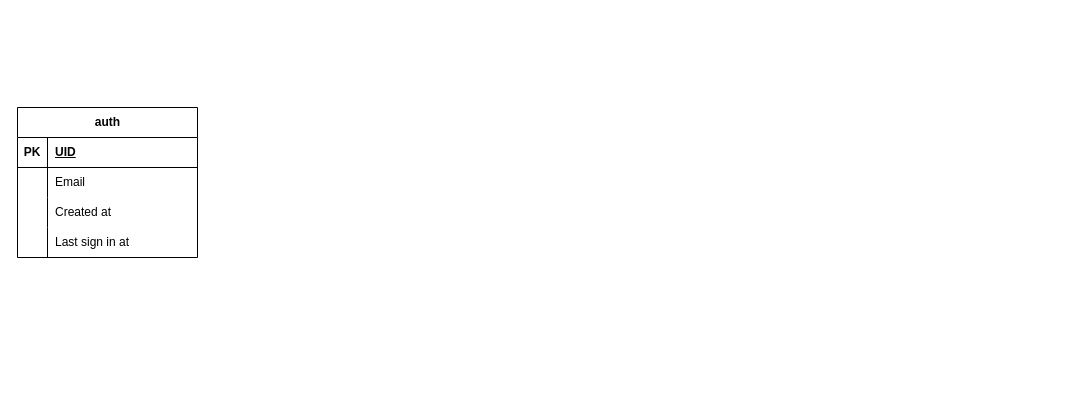
Earlier version of the draw.io diagram sopha.drawio (FumiyaOtokozawa/sopha). Source tidied: cells renumbered, new cells numbered last; positions are measured from the earlier drawing's top-left corner, leaving out a move shared by most shapes. Both pictures are drawn from the tidied source at 100%, with x=0, y=0 at pixel (17, 107).
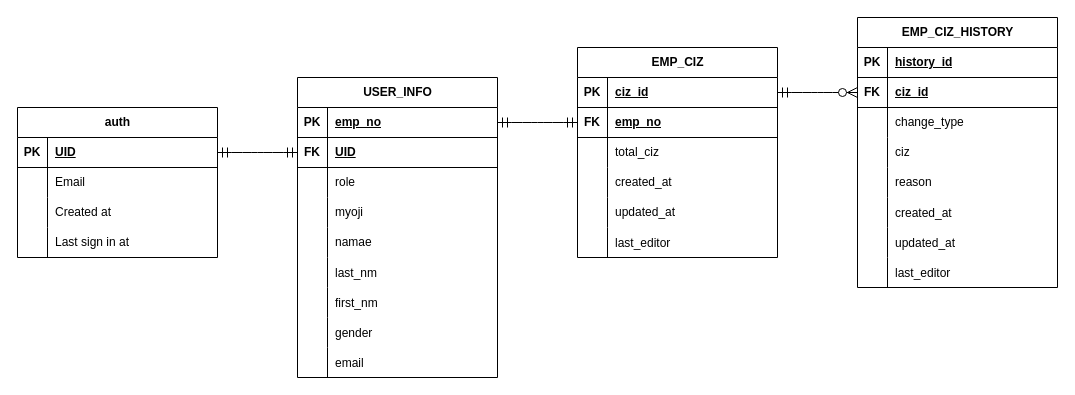
The same page after the edit.

Commit message:
sopha.drawio を更新します

The edit, as a diff of the source:
```diff
@@
     <mxCell id="2" value="auth" style="shape=table;startSize=30;childLayout=tableLayout;rowLines=0;fontStyle=1;align=center;html=1;" parent="1" vertex="1">
-      <mxGeometry width="180" height="150" as="geometry" />
+      <mxGeometry width="200" height="150" as="geometry" />
     </mxCell>
     <mxCell id="3" style="shape=tableRow;horizontal=0;startSize=0;swimlaneHead=0;swimlaneBody=0;fillColor=none;points=[[0,0.5],[1,0.5]];portConstraint=eastwest;top=0;left=0;right=0;bottom=1;" parent="2" vertex="1">
-      <mxGeometry y="30" width="180" height="30" as="geometry" />
+      <mxGeometry y="30" width="200" height="30" as="geometry" />
     </mxCell>
@@
     <mxCell id="5" value="UID" style="shape=partialRectangle;fillColor=none;top=0;left=0;bottom=0;right=0;align=left;spacingLeft=6;fontStyle=5;overflow=hidden;whiteSpace=wrap;html=1;" parent="3" vertex="1">
-      <mxGeometry x="30" width="150" height="30" as="geometry" />
+      <mxGeometry x="30" width="170" height="30" as="geometry" />
     </mxCell>
     <mxCell id="6" style="shape=tableRow;horizontal=0;startSize=0;swimlaneHead=0;swimlaneBody=0;fillColor=none;top=0;left=0;right=0;bottom=0;" parent="2" vertex="1">
-      <mxGeometry y="60" width="180" height="30" as="geometry" />
+      <mxGeometry y="60" width="200" height="30" as="geometry" />
     </mxCell>
@@
     <mxCell id="8" value="Email" style="shape=partialRectangle;fillColor=none;top=0;left=0;bottom=0;right=0;align=left;spacingLeft=6;overflow=hidden;whiteSpace=wrap;html=1;" parent="6" vertex="1">
-      <mxGeometry x="30" width="150" height="30" as="geometry" />
+      <mxGeometry x="30" width="170" height="30" as="geometry" />
     </mxCell>
     <mxCell id="9" style="shape=tableRow;horizontal=0;startSize=0;swimlaneHead=0;swimlaneBody=0;fillColor=none;top=0;left=0;right=0;bottom=0;" parent="2" vertex="1">
-      <mxGeometry y="90" width="180" height="30" as="geometry" />
+      <mxGeometry y="90" width="200" height="30" as="geometry" />
     </mxCell>
@@
     <mxCell id="11" value="Created at" style="shape=partialRectangle;fillColor=none;top=0;left=0;bottom=0;right=0;align=left;spacingLeft=6;overflow=hidden;whiteSpace=wrap;html=1;" parent="9" vertex="1">
-      <mxGeometry x="30" width="150" height="30" as="geometry" />
+      <mxGeometry x="30" width="170" height="30" as="geometry" />
     </mxCell>
     <mxCell id="12" style="shape=tableRow;horizontal=0;startSize=0;swimlaneHead=0;swimlaneBody=0;fillColor=none;top=0;left=0;right=0;bottom=0;" parent="2" vertex="1">
-      <mxGeometry y="120" width="180" height="30" as="geometry" />
+      <mxGeometry y="120" width="200" height="30" as="geometry" />
     </mxCell>
@@
     <mxCell id="14" value="Last sign in at" style="shape=partialRectangle;fillColor=none;top=0;left=0;bottom=0;right=0;align=left;spacingLeft=6;overflow=hidden;whiteSpace=wrap;html=1;" parent="12" vertex="1">
-      <mxGeometry x="30" width="150" height="30" as="geometry" />
+      <mxGeometry x="30" width="170" height="30" as="geometry" />
     </mxCell>
+    <mxCell id="15" style="edgeStyle=entityRelationEdgeStyle;fontSize=12;html=1;endArrow=ERmandOne;startArrow=ERmandOne;rounded=0;startSize=8;endSize=8;curved=1;exitX=1;exitY=0.5;exitDx=0;exitDy=0;entryX=0;entryY=0.5;entryDx=0;entryDy=0;" parent="1" edge="1" source="3" target="20">
+      <mxGeometry relative="1" as="geometry">
+        <Array as="points">
+          <mxPoint x="280" y="60" />
+          <mxPoint x="260" y="30" />
+          <mxPoint x="280" y="20" />
+          <mxPoint x="200" y="70" />
+        </Array>
+      </mxGeometry>
+    </mxCell>
+    <mxCell id="16" value="USER_INFO" style="shape=table;startSize=30;childLayout=tableLayout;rowLines=0;fontStyle=1;align=center;html=1;" parent="1" vertex="1">
+      <mxGeometry x="280" y="-30" width="200" height="300" as="geometry" />
+    </mxCell>
+    <mxCell id="17" style="shape=tableRow;horizontal=0;startSize=0;swimlaneHead=0;swimlaneBody=0;fillColor=none;points=[[0,0.5],[1,0.5]];portConstraint=eastwest;top=0;left=0;right=0;bottom=1;" parent="16" vertex="1">
+      <mxGeometry y="30" width="200" height="30" as="geometry" />
+    </mxCell>
+    <mxCell id="18" value="PK" style="shape=partialRectangle;fillColor=none;top=0;left=0;bottom=0;right=0;fontStyle=1;overflow=hidden;whiteSpace=wrap;html=1;" parent="17" vertex="1">
+      <mxGeometry width="30" height="30" as="geometry" />
+    </mxCell>
+    <mxCell id="19" value="emp_no" style="shape=partialRectangle;fillColor=none;top=0;left=0;bottom=0;right=0;align=left;spacingLeft=6;fontStyle=5;overflow=hidden;whiteSpace=wrap;html=1;" parent="17" vertex="1">
+      <mxGeometry x="30" width="170" height="30" as="geometry" />
+    </mxCell>
+    <mxCell id="20" style="shape=tableRow;horizontal=0;startSize=0;swimlaneHead=0;swimlaneBody=0;fillColor=none;points=[[0,0.5],[1,0.5]];portConstraint=eastwest;top=0;left=0;right=0;bottom=1;" parent="16" vertex="1">
+      <mxGeometry y="60" width="200" height="30" as="geometry" />
+    </mxCell>
+    <mxCell id="21" value="FK" style="shape=partialRectangle;fillColor=none;top=0;left=0;bottom=0;right=0;fontStyle=1;overflow=hidden;whiteSpace=wrap;html=1;" parent="20" vertex="1">
+      <mxGeometry width="30" height="30" as="geometry" />
+    </mxCell>
+    <mxCell id="22" value="UID" style="shape=partialRectangle;fillColor=none;top=0;left=0;bottom=0;right=0;align=left;spacingLeft=6;fontStyle=5;overflow=hidden;whiteSpace=wrap;html=1;" parent="20" vertex="1">
+      <mxGeometry x="30" width="170" height="30" as="geometry" />
+    </mxCell>
+    <mxCell id="23" style="shape=tableRow;horizontal=0;startSize=0;swimlaneHead=0;swimlaneBody=0;fillColor=none;top=0;left=0;right=0;bottom=0;" parent="16" vertex="1">
+      <mxGeometry y="90" width="200" height="30" as="geometry" />
+    </mxCell>
+    <mxCell id="24" style="shape=partialRectangle;fillColor=none;top=0;left=0;bottom=0;right=0;overflow=hidden;whiteSpace=wrap;html=1;" parent="23" vertex="1">
+      <mxGeometry width="30" height="30" as="geometry" />
+    </mxCell>
+    <mxCell id="25" value="role" style="shape=partialRectangle;fillColor=none;top=0;left=0;bottom=0;right=0;align=left;spacingLeft=6;overflow=hidden;whiteSpace=wrap;html=1;" parent="23" vertex="1">
+      <mxGeometry x="30" width="170" height="30" as="geometry" />
+    </mxCell>
+    <mxCell id="26" style="shape=tableRow;horizontal=0;startSize=0;swimlaneHead=0;swimlaneBody=0;fillColor=none;top=0;left=0;right=0;bottom=0;" parent="16" vertex="1">
+      <mxGeometry y="120" width="200" height="30" as="geometry" />
+    </mxCell>
+    <mxCell id="27" style="shape=partialRectangle;fillColor=none;top=0;left=0;bottom=0;right=0;overflow=hidden;whiteSpace=wrap;html=1;" parent="26" vertex="1">
+      <mxGeometry width="30" height="30" as="geometry" />
+    </mxCell>
+    <mxCell id="28" value="myoji" style="shape=partialRectangle;fillColor=none;top=0;left=0;bottom=0;right=0;align=left;spacingLeft=6;overflow=hidden;whiteSpace=wrap;html=1;" parent="26" vertex="1">
+      <mxGeometry x="30" width="170" height="30" as="geometry" />
+    </mxCell>
+    <mxCell id="29" style="shape=tableRow;horizontal=0;startSize=0;swimlaneHead=0;swimlaneBody=0;fillColor=none;top=0;left=0;right=0;bottom=0;" parent="16" vertex="1">
+      <mxGeometry y="150" width="200" height="30" as="geometry" />
+    </mxCell>
+    <mxCell id="30" style="shape=partialRectangle;fillColor=none;top=0;left=0;bottom=0;right=0;overflow=hidden;whiteSpace=wrap;html=1;" parent="29" vertex="1">
+      <mxGeometry width="30" height="30" as="geometry" />
+    </mxCell>
+    <mxCell id="31" value="namae" style="shape=partialRectangle;fillColor=none;top=0;left=0;bottom=0;right=0;align=left;spacingLeft=6;overflow=hidden;whiteSpace=wrap;html=1;" parent="29" vertex="1">
+      <mxGeometry x="30" width="170" height="30" as="geometry" />
+    </mxCell>
+    <mxCell id="32" style="shape=tableRow;horizontal=0;startSize=0;swimlaneHead=0;swimlaneBody=0;fillColor=none;top=0;left=0;right=0;bottom=0;" parent="16" vertex="1">
+      <mxGeometry y="180" width="200" height="30" as="geometry" />
+    </mxCell>
+    <mxCell id="33" style="shape=partialRectangle;fillColor=none;top=0;left=0;bottom=0;right=0;overflow=hidden;" parent="32" vertex="1">
+      <mxGeometry width="30" height="30" as="geometry" />
+    </mxCell>
+    <mxCell id="34" value="last_nm" style="shape=partialRectangle;fillColor=none;top=0;left=0;bottom=0;right=0;align=left;spacingLeft=6;overflow=hidden;" parent="32" vertex="1">
+      <mxGeometry x="30" width="170" height="30" as="geometry" />
+    </mxCell>
+    <mxCell id="35" style="shape=tableRow;horizontal=0;startSize=0;swimlaneHead=0;swimlaneBody=0;fillColor=none;top=0;left=0;right=0;bottom=0;" parent="16" vertex="1">
+      <mxGeometry y="210" width="200" height="30" as="geometry" />
+    </mxCell>
+    <mxCell id="36" style="shape=partialRectangle;fillColor=none;top=0;left=0;bottom=0;right=0;overflow=hidden;" parent="35" vertex="1">
+      <mxGeometry width="30" height="30" as="geometry" />
+    </mxCell>
+    <mxCell id="37" value="first_nm" style="shape=partialRectangle;fillColor=none;top=0;left=0;bottom=0;right=0;align=left;spacingLeft=6;overflow=hidden;" parent="35" vertex="1">
+      <mxGeometry x="30" width="170" height="30" as="geometry" />
+    </mxCell>
+    <mxCell id="38" style="shape=tableRow;horizontal=0;startSize=0;swimlaneHead=0;swimlaneBody=0;fillColor=none;top=0;left=0;right=0;bottom=0;" parent="16" vertex="1">
+      <mxGeometry y="240" width="200" height="30" as="geometry" />
+    </mxCell>
+    <mxCell id="39" style="shape=partialRectangle;fillColor=none;top=0;left=0;bottom=0;right=0;overflow=hidden;" parent="38" vertex="1">
+      <mxGeometry width="30" height="30" as="geometry" />
+    </mxCell>
+    <mxCell id="40" value="gender" style="shape=partialRectangle;fillColor=none;top=0;left=0;bottom=0;right=0;align=left;spacingLeft=6;overflow=hidden;" parent="38" vertex="1">
+      <mxGeometry x="30" width="170" height="30" as="geometry" />
+    </mxCell>
+    <mxCell id="41" style="shape=tableRow;horizontal=0;startSize=0;swimlaneHead=0;swimlaneBody=0;fillColor=none;top=0;left=0;right=0;bottom=0;" parent="16" vertex="1">
+      <mxGeometry y="270" width="200" height="30" as="geometry" />
+    </mxCell>
+    <mxCell id="42" style="shape=partialRectangle;fillColor=none;top=0;left=0;bottom=0;right=0;overflow=hidden;" parent="41" vertex="1">
+      <mxGeometry width="30" height="30" as="geometry" />
+    </mxCell>
+    <mxCell id="43" value="email" style="shape=partialRectangle;fillColor=none;top=0;left=0;bottom=0;right=0;align=left;spacingLeft=6;overflow=hidden;" parent="41" vertex="1">
+      <mxGeometry x="30" width="170" height="30" as="geometry" />
+    </mxCell>
+    <mxCell id="44" value="EMP_CIZ" style="shape=table;startSize=30;childLayout=tableLayout;rowLines=0;fontStyle=1;align=center;html=1;" parent="1" vertex="1">
+      <mxGeometry x="560" y="-60" width="200" height="210" as="geometry" />
+    </mxCell>
+    <mxCell id="45" style="shape=tableRow;horizontal=0;startSize=0;swimlaneHead=0;swimlaneBody=0;fillColor=none;points=[[0,0.5],[1,0.5]];portConstraint=eastwest;top=0;left=0;right=0;bottom=1;" parent="44" vertex="1">
+      <mxGeometry y="30" width="200" height="30" as="geometry" />
+    </mxCell>
+    <mxCell id="46" value="PK" style="shape=partialRectangle;fillColor=none;top=0;left=0;bottom=0;right=0;fontStyle=1;overflow=hidden;whiteSpace=wrap;html=1;" parent="45" vertex="1">
+      <mxGeometry width="30" height="30" as="geometry" />
+    </mxCell>
+    <mxCell id="47" value="ciz_id" style="shape=partialRectangle;fillColor=none;top=0;left=0;bottom=0;right=0;align=left;spacingLeft=6;fontStyle=5;overflow=hidden;whiteSpace=wrap;html=1;" parent="45" vertex="1">
+      <mxGeometry x="30" width="170" height="30" as="geometry" />
+    </mxCell>
+    <mxCell id="48" style="shape=tableRow;horizontal=0;startSize=0;swimlaneHead=0;swimlaneBody=0;fillColor=none;points=[[0,0.5],[1,0.5]];portConstraint=eastwest;top=0;left=0;right=0;bottom=1;" parent="44" vertex="1">
+      <mxGeometry y="60" width="200" height="30" as="geometry" />
+    </mxCell>
+    <mxCell id="49" value="FK" style="shape=partialRectangle;fillColor=none;top=0;left=0;bottom=0;right=0;fontStyle=1;overflow=hidden;whiteSpace=wrap;html=1;" parent="48" vertex="1">
+      <mxGeometry width="30" height="30" as="geometry" />
+    </mxCell>
+    <mxCell id="50" value="emp_no" style="shape=partialRectangle;fillColor=none;top=0;left=0;bottom=0;right=0;align=left;spacingLeft=6;fontStyle=5;overflow=hidden;whiteSpace=wrap;html=1;" parent="48" vertex="1">
+      <mxGeometry x="30" width="170" height="30" as="geometry" />
+    </mxCell>
+    <mxCell id="51" style="shape=tableRow;horizontal=0;startSize=0;swimlaneHead=0;swimlaneBody=0;fillColor=none;top=0;left=0;right=0;bottom=0;" parent="44" vertex="1">
+      <mxGeometry y="90" width="200" height="30" as="geometry" />
+    </mxCell>
+    <mxCell id="52" style="shape=partialRectangle;fillColor=none;top=0;left=0;bottom=0;right=0;overflow=hidden;whiteSpace=wrap;html=1;" parent="51" vertex="1">
+      <mxGeometry width="30" height="30" as="geometry" />
+    </mxCell>
+    <mxCell id="53" value="total_ciz" style="shape=partialRectangle;fillColor=none;top=0;left=0;bottom=0;right=0;align=left;spacingLeft=6;overflow=hidden;whiteSpace=wrap;html=1;" parent="51" vertex="1">
+      <mxGeometry x="30" width="170" height="30" as="geometry" />
+    </mxCell>
+    <mxCell id="54" style="shape=tableRow;horizontal=0;startSize=0;swimlaneHead=0;swimlaneBody=0;fillColor=none;top=0;left=0;right=0;bottom=0;" parent="44" vertex="1">
+      <mxGeometry y="120" width="200" height="30" as="geometry" />
+    </mxCell>
+    <mxCell id="55" style="shape=partialRectangle;fillColor=none;top=0;left=0;bottom=0;right=0;overflow=hidden;whiteSpace=wrap;html=1;" parent="54" vertex="1">
+      <mxGeometry width="30" height="30" as="geometry" />
+    </mxCell>
+    <mxCell id="56" value="created_at" style="shape=partialRectangle;fillColor=none;top=0;left=0;bottom=0;right=0;align=left;spacingLeft=6;overflow=hidden;whiteSpace=wrap;html=1;" parent="54" vertex="1">
+      <mxGeometry x="30" width="170" height="30" as="geometry" />
+    </mxCell>
+    <mxCell id="57" style="shape=tableRow;horizontal=0;startSize=0;swimlaneHead=0;swimlaneBody=0;fillColor=none;top=0;left=0;right=0;bottom=0;" parent="44" vertex="1">
+      <mxGeometry y="150" width="200" height="30" as="geometry" />
+    </mxCell>
+    <mxCell id="58" style="shape=partialRectangle;fillColor=none;top=0;left=0;bottom=0;right=0;overflow=hidden;whiteSpace=wrap;html=1;" parent="57" vertex="1">
+      <mxGeometry width="30" height="30" as="geometry" />
+    </mxCell>
+    <mxCell id="59" value="updated_at" style="shape=partialRectangle;fillColor=none;top=0;left=0;bottom=0;right=0;align=left;spacingLeft=6;overflow=hidden;whiteSpace=wrap;html=1;" parent="57" vertex="1">
+      <mxGeometry x="30" width="170" height="30" as="geometry" />
+    </mxCell>
+    <mxCell id="60" style="shape=tableRow;horizontal=0;startSize=0;swimlaneHead=0;swimlaneBody=0;fillColor=none;top=0;left=0;right=0;bottom=0;" parent="44" vertex="1">
+      <mxGeometry y="180" width="200" height="30" as="geometry" />
+    </mxCell>
+    <mxCell id="61" style="shape=partialRectangle;fillColor=none;top=0;left=0;bottom=0;right=0;overflow=hidden;" parent="60" vertex="1">
+      <mxGeometry width="30" height="30" as="geometry" />
+    </mxCell>
+    <mxCell id="62" value="last_editor" style="shape=partialRectangle;fillColor=none;top=0;left=0;bottom=0;right=0;align=left;spacingLeft=6;overflow=hidden;" parent="60" vertex="1">
+      <mxGeometry x="30" width="170" height="30" as="geometry" />
+    </mxCell>
+    <mxCell id="63" style="edgeStyle=entityRelationEdgeStyle;fontSize=12;html=1;endArrow=ERmandOne;startArrow=ERmandOne;rounded=0;startSize=8;endSize=8;curved=1;exitX=1;exitY=0.5;exitDx=0;exitDy=0;entryX=0;entryY=0.5;entryDx=0;entryDy=0;" parent="1" edge="1" source="17" target="48">
+      <mxGeometry relative="1" as="geometry" />
+    </mxCell>
+    <mxCell id="64" value="EMP_CIZ_HISTORY" style="shape=table;startSize=30;childLayout=tableLayout;rowLines=0;fontStyle=1;align=center;html=1;" parent="1" vertex="1">
+      <mxGeometry x="840" y="-90" width="200" height="270" as="geometry" />
+    </mxCell>
+    <mxCell id="65" style="shape=tableRow;horizontal=0;startSize=0;swimlaneHead=0;swimlaneBody=0;fillColor=none;top=0;left=0;right=0;bottom=1;" parent="64" vertex="1">
+      <mxGeometry y="30" width="200" height="30" as="geometry" />
+    </mxCell>
+    <mxCell id="66" value="PK" style="shape=partialRectangle;fillColor=none;top=0;left=0;bottom=0;right=0;fontStyle=1;overflow=hidden;whiteSpace=wrap;html=1;" parent="65" vertex="1">
+      <mxGeometry width="30" height="30" as="geometry" />
+    </mxCell>
+    <mxCell id="67" value="history_id" style="shape=partialRectangle;fillColor=none;top=0;left=0;bottom=0;right=0;align=left;spacingLeft=6;fontStyle=5;overflow=hidden;whiteSpace=wrap;html=1;" parent="65" vertex="1">
+      <mxGeometry x="30" width="170" height="30" as="geometry" />
+    </mxCell>
+    <mxCell id="68" style="shape=tableRow;horizontal=0;startSize=0;swimlaneHead=0;swimlaneBody=0;fillColor=none;points=[[0,0.5],[1,0.5]];portConstraint=eastwest;top=0;left=0;right=0;bottom=1;" parent="64" vertex="1">
+      <mxGeometry y="60" width="200" height="30" as="geometry" />
+    </mxCell>
+    <mxCell id="69" value="FK" style="shape=partialRectangle;fillColor=none;top=0;left=0;bottom=0;right=0;fontStyle=1;overflow=hidden;whiteSpace=wrap;html=1;" parent="68" vertex="1">
+      <mxGeometry width="30" height="30" as="geometry" />
+    </mxCell>
+    <mxCell id="70" value="ciz_id" style="shape=partialRectangle;fillColor=none;top=0;left=0;bottom=0;right=0;align=left;spacingLeft=6;fontStyle=5;overflow=hidden;whiteSpace=wrap;html=1;" parent="68" vertex="1">
+      <mxGeometry x="30" width="170" height="30" as="geometry" />
+    </mxCell>
+    <mxCell id="71" style="shape=tableRow;horizontal=0;startSize=0;swimlaneHead=0;swimlaneBody=0;fillColor=none;top=0;left=0;right=0;bottom=0;" parent="64" vertex="1">
+      <mxGeometry y="90" width="200" height="30" as="geometry" />
+    </mxCell>
+    <mxCell id="72" style="shape=partialRectangle;fillColor=none;top=0;left=0;bottom=0;right=0;overflow=hidden;whiteSpace=wrap;html=1;" parent="71" vertex="1">
+      <mxGeometry width="30" height="30" as="geometry" />
+    </mxCell>
+    <mxCell id="73" value="change_type" style="shape=partialRectangle;fillColor=none;top=0;left=0;bottom=0;right=0;align=left;spacingLeft=6;overflow=hidden;whiteSpace=wrap;html=1;" parent="71" vertex="1">
+      <mxGeometry x="30" width="170" height="30" as="geometry" />
+    </mxCell>
+    <mxCell id="74" style="shape=tableRow;horizontal=0;startSize=0;swimlaneHead=0;swimlaneBody=0;fillColor=none;top=0;left=0;right=0;bottom=0;" parent="64" vertex="1">
+      <mxGeometry y="120" width="200" height="30" as="geometry" />
+    </mxCell>
+    <mxCell id="75" style="shape=partialRectangle;fillColor=none;top=0;left=0;bottom=0;right=0;overflow=hidden;whiteSpace=wrap;html=1;" parent="74" vertex="1">
+      <mxGeometry width="30" height="30" as="geometry" />
+    </mxCell>
+    <mxCell id="76" value="ciz" style="shape=partialRectangle;fillColor=none;top=0;left=0;bottom=0;right=0;align=left;spacingLeft=6;overflow=hidden;whiteSpace=wrap;html=1;" parent="74" vertex="1">
+      <mxGeometry x="30" width="170" height="30" as="geometry" />
+    </mxCell>
+    <mxCell id="77" style="shape=tableRow;horizontal=0;startSize=0;swimlaneHead=0;swimlaneBody=0;fillColor=none;top=0;left=0;right=0;bottom=0;" parent="64" vertex="1">
+      <mxGeometry y="150" width="200" height="30" as="geometry" />
+    </mxCell>
+    <mxCell id="78" style="shape=partialRectangle;fillColor=none;top=0;left=0;bottom=0;right=0;overflow=hidden;whiteSpace=wrap;html=1;" parent="77" vertex="1">
+      <mxGeometry width="30" height="30" as="geometry" />
+    </mxCell>
+    <mxCell id="79" value="reason" style="shape=partialRectangle;fillColor=none;top=0;left=0;bottom=0;right=0;align=left;spacingLeft=6;overflow=hidden;whiteSpace=wrap;html=1;" parent="77" vertex="1">
+      <mxGeometry x="30" width="170" height="30" as="geometry" />
+    </mxCell>
+    <mxCell id="80" style="shape=tableRow;horizontal=0;startSize=0;swimlaneHead=0;swimlaneBody=0;fillColor=none;top=0;left=0;right=0;bottom=0;" parent="64" vertex="1">
+      <mxGeometry y="180" width="200" height="30" as="geometry" />
+    </mxCell>
+    <mxCell id="81" style="shape=partialRectangle;fillColor=none;top=0;left=0;bottom=0;right=0;overflow=hidden;" parent="80" vertex="1">
+      <mxGeometry width="30" height="30" as="geometry" />
+    </mxCell>
+    <mxCell id="82" value="created_at" style="shape=partialRectangle;fillColor=none;top=0;left=0;bottom=0;right=0;align=left;spacingLeft=6;overflow=hidden;" parent="80" vertex="1">
+      <mxGeometry x="30" width="170" height="30" as="geometry" />
+    </mxCell>
+    <mxCell id="83" style="shape=tableRow;horizontal=0;startSize=0;swimlaneHead=0;swimlaneBody=0;fillColor=none;top=0;left=0;right=0;bottom=0;" parent="64" vertex="1">
+      <mxGeometry y="210" width="200" height="30" as="geometry" />
+    </mxCell>
+    <mxCell id="84" style="shape=partialRectangle;fillColor=none;top=0;left=0;bottom=0;right=0;overflow=hidden;" parent="83" vertex="1">
+      <mxGeometry width="30" height="30" as="geometry" />
+    </mxCell>
+    <mxCell id="85" value="updated_at" style="shape=partialRectangle;fillColor=none;top=0;left=0;bottom=0;right=0;align=left;spacingLeft=6;overflow=hidden;" parent="83" vertex="1">
+      <mxGeometry x="30" width="170" height="30" as="geometry" />
+    </mxCell>
+    <mxCell id="86" style="shape=tableRow;horizontal=0;startSize=0;swimlaneHead=0;swimlaneBody=0;fillColor=none;top=0;left=0;right=0;bottom=0;" parent="64" vertex="1">
+      <mxGeometry y="240" width="200" height="30" as="geometry" />
+    </mxCell>
+    <mxCell id="87" style="shape=partialRectangle;fillColor=none;top=0;left=0;bottom=0;right=0;overflow=hidden;" parent="86" vertex="1">
+      <mxGeometry width="30" height="30" as="geometry" />
+    </mxCell>
+    <mxCell id="88" value="last_editor" style="shape=partialRectangle;fillColor=none;top=0;left=0;bottom=0;right=0;align=left;spacingLeft=6;overflow=hidden;" parent="86" vertex="1">
+      <mxGeometry x="30" width="170" height="30" as="geometry" />
+    </mxCell>
+    <mxCell id="89" style="edgeStyle=entityRelationEdgeStyle;fontSize=12;html=1;endArrow=ERzeroToMany;startArrow=ERmandOne;rounded=0;startSize=8;endSize=8;curved=1;exitX=1;exitY=0.5;exitDx=0;exitDy=0;entryX=0;entryY=0.5;entryDx=0;entryDy=0;" parent="1" edge="1" source="45" target="68">
+      <mxGeometry relative="1" as="geometry" />
+    </mxCell>
```
